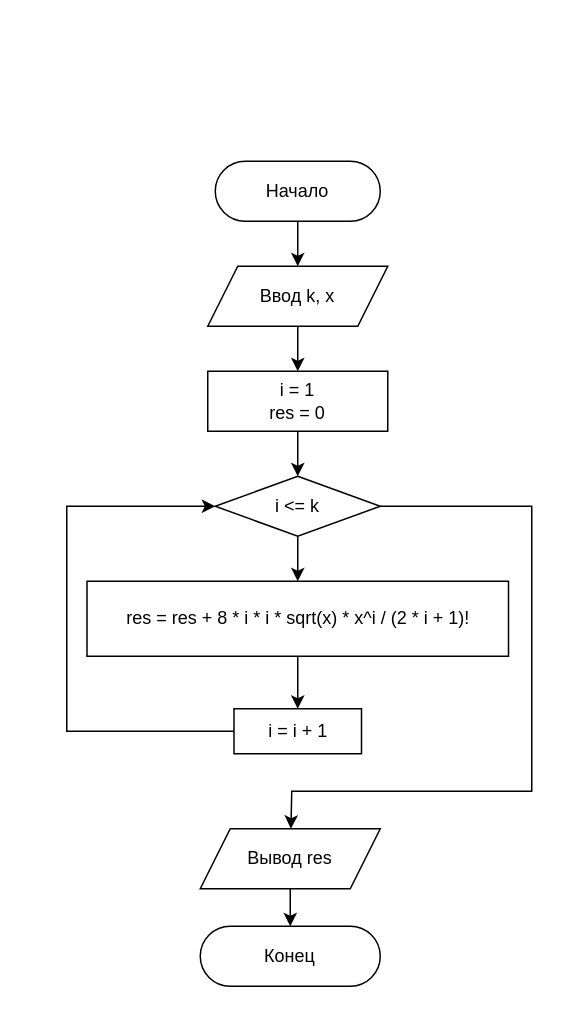
Above: Semester-2/Программирование (15)/Отчёты/4.drawio in JustyDev/University (draw.io), before the change. Source tidied: cells renumbered, new cells numbered last; positions are measured from the earlier drawing's top-left corner, leaving out a move shared by most shapes. Both pictures are drawn from the tidied source at 150%, with x=0, y=0 at pixel (66, 160).
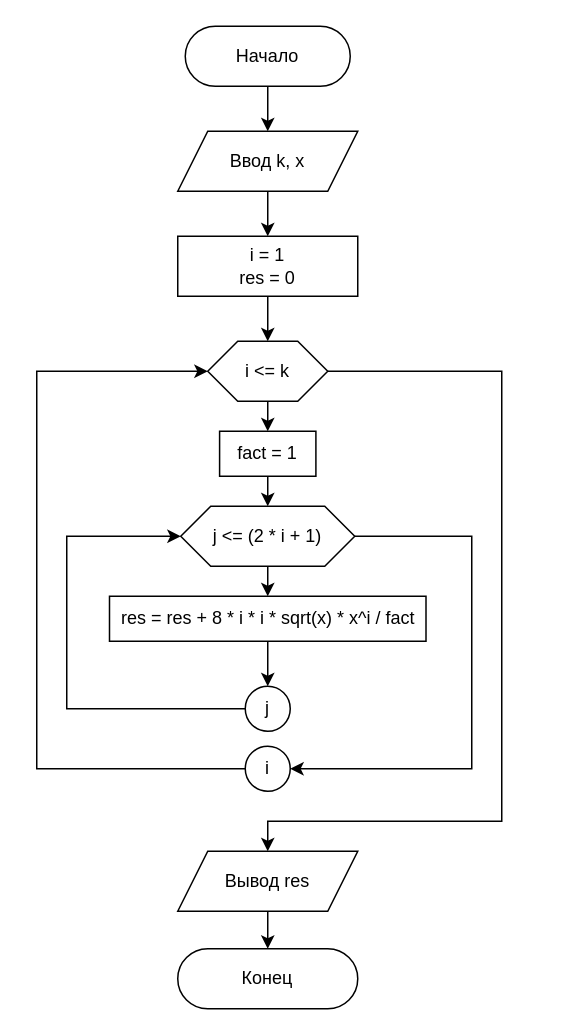
The same diagram, later.

What changed in the source:
```diff
@@
     <mxCell id="2" value="Начало" style="rounded=1;whiteSpace=wrap;html=1;arcSize=50;" parent="1" vertex="1">
-      <mxGeometry x="99" width="110" height="40" as="geometry" />
+      <mxGeometry x="79" y="-90" width="110" height="40" as="geometry" />
     </mxCell>
     <mxCell id="3" value="Ввод k, x" style="shape=parallelogram;perimeter=parallelogramPerimeter;whiteSpace=wrap;html=1;fixedSize=1;" parent="1" vertex="1">
-      <mxGeometry x="94" y="70" width="120" height="40" as="geometry" />
+      <mxGeometry x="74" y="-20" width="120" height="40" as="geometry" />
     </mxCell>
-    <mxCell id="4" value="i &amp;lt;= k" style="rhombus;whiteSpace=wrap;html=1;" parent="1" vertex="1">
-      <mxGeometry x="99" y="210" width="110" height="40" as="geometry" />
-    </mxCell>
-    <mxCell id="5" style="endArrow=classic;html=1;rounded=0;exitX=0.5;exitY=1;exitDx=0;exitDy=0;entryX=0.5;entryY=0;entryDx=0;entryDy=0;" parent="1" edge="1" source="4" target="7">
-      <mxGeometry relative="1" as="geometry" />
-    </mxCell>
     <mxCell id="6" value="i = 1&lt;br&gt;res = 0" style="rounded=0;whiteSpace=wrap;html=1;" parent="1" vertex="1">
-      <mxGeometry x="94" y="140" width="120" height="40" as="geometry" />
+      <mxGeometry x="74" y="50" width="120" height="40" as="geometry" />
     </mxCell>
-    <mxCell id="7" value="res = res + 8 * i * i * sqrt(x) * x^i / (2 * i + 1)!" style="rounded=0;whiteSpace=wrap;html=1;" parent="1" vertex="1">
-      <mxGeometry x="13.5" y="280" width="281" height="50" as="geometry" />
-    </mxCell>
-    <mxCell id="8" value="i = i + 1" style="rounded=0;whiteSpace=wrap;html=1;" parent="1" vertex="1">
-      <mxGeometry x="111.5" y="365" width="85" height="30" as="geometry" />
-    </mxCell>
-    <mxCell id="9" style="endArrow=classic;html=1;rounded=0;exitX=0.5;exitY=1;exitDx=0;exitDy=0;" parent="1" edge="1" source="7" target="8">
-      <mxGeometry relative="1" as="geometry" />
-    </mxCell>
-    <mxCell id="10" style="endArrow=classic;html=1;rounded=0;exitX=0;exitY=0.5;exitDx=0;exitDy=0;entryX=0;entryY=0.5;entryDx=0;entryDy=0;" parent="1" edge="1" source="8" target="4">
-      <mxGeometry relative="1" as="geometry">
-        <Array as="points">
-          <mxPoint y="380" />
-          <mxPoint y="230" />
-        </Array>
-      </mxGeometry>
-    </mxCell>
+    <mxCell id="18" style="endArrow=classic;html=1;rounded=0;exitX=0;exitY=0.5;exitDx=0;exitDy=0;entryX=0;entryY=0.5;entryDx=0;entryDy=0;" parent="1" edge="1" source="20" target="4">
+      <mxGeometry relative="1" as="geometry">
+        <Array as="points">
+          <mxPoint x="-20" y="405" />
+          <mxPoint x="-20" y="285" />
+          <mxPoint x="-20" y="140" />
+        </Array>
+      </mxGeometry>
+    </mxCell>
@@
     <mxCell id="13" value="Вывод res" style="shape=parallelogram;perimeter=parallelogramPerimeter;whiteSpace=wrap;html=1;fixedSize=1;" parent="1" vertex="1">
-      <mxGeometry x="89" y="445" width="120" height="40" as="geometry" />
+      <mxGeometry x="74" y="460" width="120" height="40" as="geometry" />
     </mxCell>
-    <mxCell id="14" style="endArrow=classic;html=1;rounded=0;exitX=0.5;exitY=1;exitDx=0;exitDy=0;" parent="1" edge="1" source="6" target="4">
-      <mxGeometry relative="1" as="geometry" />
-    </mxCell>
+    <mxCell id="19" style="endArrow=classic;html=1;rounded=0;exitX=0.5;exitY=1;exitDx=0;exitDy=0;" parent="1" edge="1" source="6">
+      <mxGeometry relative="1" as="geometry">
+        <mxPoint x="134" y="120" as="targetPoint" />
+      </mxGeometry>
+    </mxCell>
     <mxCell id="15" style="endArrow=classic;html=1;rounded=0;exitX=1;exitY=0.5;exitDx=0;exitDy=0;" parent="1" edge="1" source="4" target="13">
       <mxGeometry relative="1" as="geometry">
         <Array as="points">
-          <mxPoint x="310" y="230" />
-          <mxPoint x="310" y="420" />
-          <mxPoint x="150" y="420" />
+          <mxPoint x="290" y="140" />
+          <mxPoint x="290" y="440" />
+          <mxPoint x="134" y="440" />
         </Array>
       </mxGeometry>
     </mxCell>
@@
     <mxCell id="17" value="Конец" style="rounded=1;whiteSpace=wrap;html=1;arcSize=50;" parent="1" vertex="1">
-      <mxGeometry x="89" y="510" width="120" height="40" as="geometry" />
+      <mxGeometry x="74" y="525" width="120" height="40" as="geometry" />
     </mxCell>
+    <mxCell id="4" value="i &amp;lt;= k" style="shape=hexagon;perimeter=hexagonPerimeter2;whiteSpace=wrap;html=1;fixedSize=1;" parent="1" vertex="1">
+      <mxGeometry x="94" y="120" width="80" height="40" as="geometry" />
+    </mxCell>
+    <mxCell id="20" value="i" style="ellipse;whiteSpace=wrap;html=1;" parent="1" vertex="1">
+      <mxGeometry x="119" y="390" width="30" height="30" as="geometry" />
+    </mxCell>
+    <mxCell id="21" value="fact = 1" style="rounded=0;whiteSpace=wrap;html=1;" parent="1" vertex="1">
+      <mxGeometry x="101.9" y="180" width="64.2" height="30" as="geometry" />
+    </mxCell>
+    <mxCell id="22" style="endArrow=classic;html=1;rounded=0;exitX=0.5;exitY=1;exitDx=0;exitDy=0;" parent="1" edge="1" source="4" target="21">
+      <mxGeometry relative="1" as="geometry" />
+    </mxCell>
+    <mxCell id="23" value="j &amp;lt;= (2 * i + 1)" style="shape=hexagon;perimeter=hexagonPerimeter2;whiteSpace=wrap;html=1;fixedSize=1;" parent="1" vertex="1">
+      <mxGeometry x="76" y="230" width="116" height="40" as="geometry" />
+    </mxCell>
+    <mxCell id="24" style="endArrow=classic;html=1;rounded=0;exitX=0.5;exitY=1;exitDx=0;exitDy=0;" parent="1" edge="1" source="21">
+      <mxGeometry relative="1" as="geometry">
+        <mxPoint x="134" y="230" as="targetPoint" />
+      </mxGeometry>
+    </mxCell>
+    <mxCell id="25" value="res = res + 8 * i * i * sqrt(x) * x^i / fact" style="rounded=0;whiteSpace=wrap;html=1;" parent="1" vertex="1">
+      <mxGeometry x="28.5" y="290" width="211" height="30" as="geometry" />
+    </mxCell>
+    <mxCell id="26" style="endArrow=classic;html=1;rounded=0;exitX=0.5;exitY=1;exitDx=0;exitDy=0;entryX=0.5;entryY=0;entryDx=0;entryDy=0;" parent="1" edge="1" source="23" target="25">
+      <mxGeometry relative="1" as="geometry" />
+    </mxCell>
+    <mxCell id="27" style="endArrow=classic;html=1;rounded=0;exitX=0.5;exitY=1;exitDx=0;exitDy=0;entryX=0.5;entryY=0;entryDx=0;entryDy=0;" parent="1" edge="1" source="25" target="28">
+      <mxGeometry relative="1" as="geometry" />
+    </mxCell>
+    <mxCell id="28" value="j" style="ellipse;whiteSpace=wrap;html=1;" parent="1" vertex="1">
+      <mxGeometry x="119" y="350" width="30" height="30" as="geometry" />
+    </mxCell>
+    <mxCell id="29" style="endArrow=classic;html=1;rounded=0;exitX=0;exitY=0.5;exitDx=0;exitDy=0;entryX=0;entryY=0.5;entryDx=0;entryDy=0;" parent="1" edge="1" source="28" target="23">
+      <mxGeometry relative="1" as="geometry">
+        <Array as="points">
+          <mxPoint y="365" />
+          <mxPoint y="250" />
+        </Array>
+      </mxGeometry>
+    </mxCell>
+    <mxCell id="30" style="endArrow=classic;html=1;rounded=0;exitX=1;exitY=0.5;exitDx=0;exitDy=0;entryX=1;entryY=0.5;entryDx=0;entryDy=0;" parent="1" edge="1" source="23" target="20">
+      <mxGeometry relative="1" as="geometry">
+        <Array as="points">
+          <mxPoint x="270" y="250" />
+          <mxPoint x="270" y="405" />
+        </Array>
+      </mxGeometry>
+    </mxCell>
```
